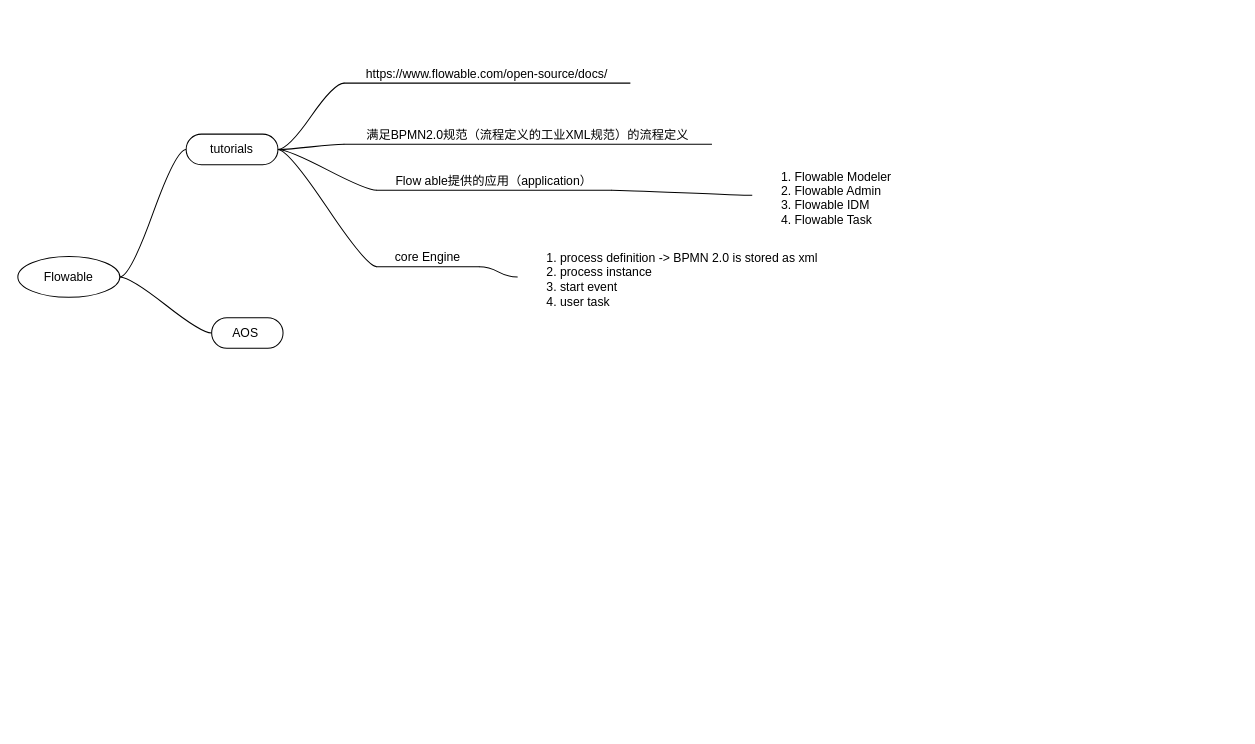
The draw.io diagram Flowable-engine.drawio in XiongZen/springLearn, before the edit. Source tidied: cells renumbered, new cells numbered last; positions are measured from the earlier drawing's top-left corner, leaving out a move shared by most shapes. Both pictures are drawn from the tidied source at 102%, with x=0, y=0 at pixel (17, 52).
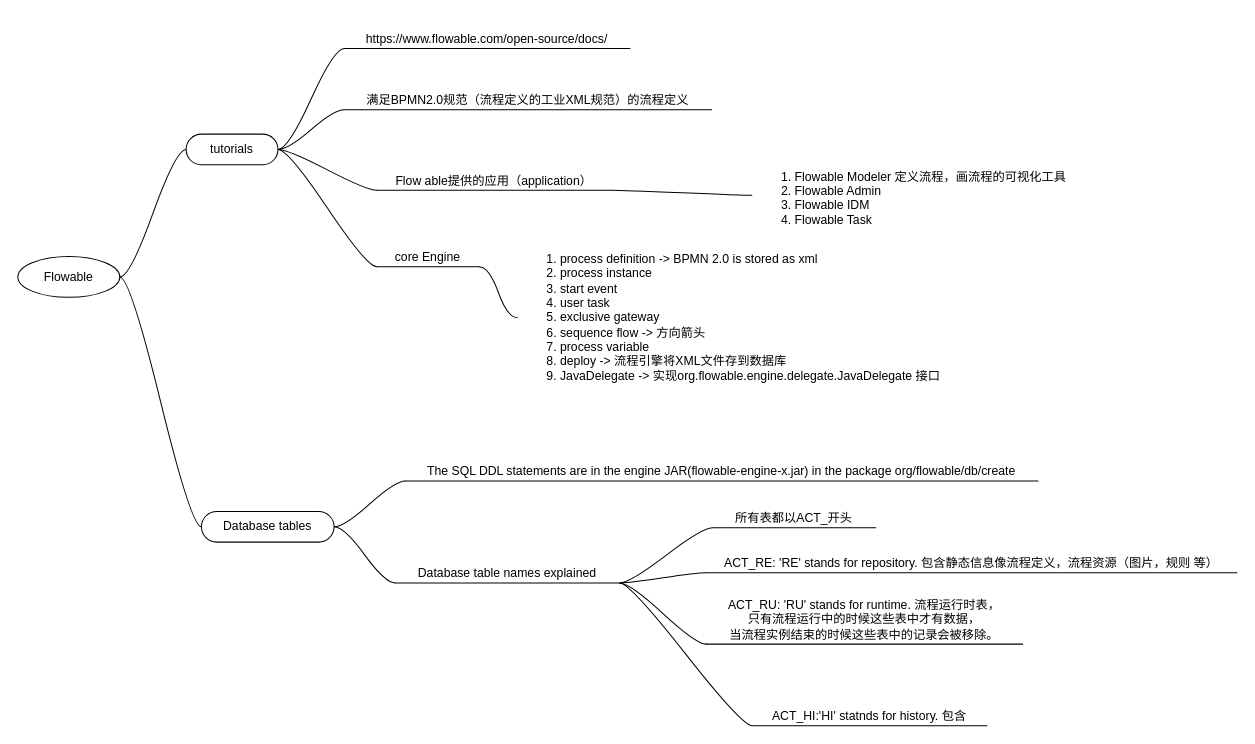
After the change.

Diff of the diagram source:
```diff
@@
     <mxCell id="7" value="https://www.flowable.com/open-source/docs/" style="whiteSpace=wrap;html=1;shape=partialRectangle;top=0;left=0;bottom=1;right=0;points=[[0,1],[1,1]];fillColor=none;align=center;verticalAlign=bottom;routingCenterY=0.5;snapToPoint=1;newEdgeStyle={&quot;edgeStyle&quot;:&quot;entityRelationEdgeStyle&quot;,&quot;startArrow&quot;:&quot;none&quot;,&quot;endArrow&quot;:&quot;none&quot;,&quot;segment&quot;:10,&quot;curved&quot;:1,&quot;sourcePerimeterSpacing&quot;:0,&quot;targetPerimeterSpacing&quot;:0};" parent="1" vertex="1">
-      <mxGeometry x="320" width="280" height="30" as="geometry" />
+      <mxGeometry x="320" y="-34" width="280" height="30" as="geometry" />
     </mxCell>
@@
+    <mxCell id="19" style="edgeStyle=entityRelationEdgeStyle;rounded=0;jettySize=auto;html=1;startArrow=none;endArrow=none;segment=10;curved=1;sourcePerimeterSpacing=0;targetPerimeterSpacing=0;" parent="1" edge="1" source="9" target="21">
+      <mxGeometry relative="1" as="geometry" />
+    </mxCell>
-    <mxCell id="9" value="AOS&amp;nbsp;" style="whiteSpace=wrap;html=1;rounded=1;arcSize=50;align=center;verticalAlign=middle;strokeWidth=1;spacing=4;newEdgeStyle={&quot;edgeStyle&quot;:&quot;entityRelationEdgeStyle&quot;,&quot;startArrow&quot;:&quot;none&quot;,&quot;endArrow&quot;:&quot;none&quot;,&quot;segment&quot;:10,&quot;curved&quot;:1,&quot;sourcePerimeterSpacing&quot;:0,&quot;targetPerimeterSpacing&quot;:0};" parent="1" vertex="1">
-      <mxGeometry x="190" y="260" width="70" height="30" as="geometry" />
+    <mxCell id="9" value="Database tables" style="whiteSpace=wrap;html=1;rounded=1;arcSize=50;align=center;verticalAlign=middle;strokeWidth=1;spacing=4;newEdgeStyle={&quot;edgeStyle&quot;:&quot;entityRelationEdgeStyle&quot;,&quot;startArrow&quot;:&quot;none&quot;,&quot;endArrow&quot;:&quot;none&quot;,&quot;segment&quot;:10,&quot;curved&quot;:1,&quot;sourcePerimeterSpacing&quot;:0,&quot;targetPerimeterSpacing&quot;:0};" parent="1" vertex="1">
+      <mxGeometry x="180" y="450" width="130" height="30" as="geometry" />
     </mxCell>
@@
     <mxCell id="11" value="满足BPMN2.0规范（流程定义的工业XML规范）的流程定义" style="whiteSpace=wrap;html=1;shape=partialRectangle;top=0;left=0;bottom=1;right=0;points=[[0,1],[1,1]];fillColor=none;align=center;verticalAlign=bottom;routingCenterY=0.5;snapToPoint=1;newEdgeStyle={&quot;edgeStyle&quot;:&quot;entityRelationEdgeStyle&quot;,&quot;startArrow&quot;:&quot;none&quot;,&quot;endArrow&quot;:&quot;none&quot;,&quot;segment&quot;:10,&quot;curved&quot;:1,&quot;sourcePerimeterSpacing&quot;:0,&quot;targetPerimeterSpacing&quot;:0};" parent="1" vertex="1">
-      <mxGeometry x="320" y="60" width="360" height="30" as="geometry" />
+      <mxGeometry x="320" y="26" width="360" height="30" as="geometry" />
     </mxCell>
@@
-    <mxCell id="15" value="&lt;ol&gt;&lt;li&gt;Flowable Modeler&lt;/li&gt;&lt;li&gt;Flowable Admin&lt;/li&gt;&lt;li&gt;Flowable IDM&lt;/li&gt;&lt;li&gt;Flowable Task&lt;/li&gt;&lt;/ol&gt;" style="text;strokeColor=none;fillColor=none;html=1;whiteSpace=wrap;verticalAlign=middle;overflow=hidden;" parent="1" vertex="1">
-      <mxGeometry x="720" y="100" width="220" height="80" as="geometry" />
+    <mxCell id="15" value="&lt;ol&gt;&lt;li&gt;Flowable Modeler 定义流程，画流程的可视化工具&lt;/li&gt;&lt;li&gt;Flowable Admin&lt;/li&gt;&lt;li&gt;Flowable IDM&lt;/li&gt;&lt;li&gt;Flowable Task&lt;/li&gt;&lt;/ol&gt;" style="text;strokeColor=none;fillColor=none;html=1;whiteSpace=wrap;verticalAlign=middle;overflow=hidden;" parent="1" vertex="1">
+      <mxGeometry x="720" y="100" width="320" height="80" as="geometry" />
     </mxCell>
@@
-    <mxCell id="18" value="&lt;ol&gt;&lt;li&gt;process definition -&amp;gt; BPMN 2.0 is stored as xml&lt;/li&gt;&lt;li&gt;process instance&lt;/li&gt;&lt;li&gt;start event&lt;/li&gt;&lt;li&gt;user task&lt;/li&gt;&lt;/ol&gt;" style="text;strokeColor=none;fillColor=none;html=1;whiteSpace=wrap;verticalAlign=middle;overflow=hidden;" parent="1" vertex="1">
-      <mxGeometry x="490" y="180" width="308" height="80" as="geometry" />
+    <mxCell id="18" value="&lt;ol&gt;&lt;li&gt;process definition -&amp;gt; BPMN 2.0 is stored as xml&lt;/li&gt;&lt;li&gt;process instance&lt;/li&gt;&lt;li&gt;start event&lt;/li&gt;&lt;li&gt;user task&lt;/li&gt;&lt;li&gt;exclusive gateway&lt;/li&gt;&lt;li&gt;sequence flow -&amp;gt; 方向箭头&lt;/li&gt;&lt;li&gt;process variable&lt;/li&gt;&lt;li&gt;deploy -&amp;gt; 流程引擎将XML文件存到数据库&lt;/li&gt;&lt;li&gt;JavaDelegate -&amp;gt; 实现org.flowable.engine.delegate.JavaDelegate 接口&lt;/li&gt;&lt;/ol&gt;" style="text;strokeColor=none;fillColor=none;html=1;whiteSpace=wrap;verticalAlign=middle;overflow=hidden;" parent="1" vertex="1">
+      <mxGeometry x="490" y="180" width="430" height="160" as="geometry" />
     </mxCell>
+    <mxCell id="20" style="edgeStyle=entityRelationEdgeStyle;rounded=0;jettySize=auto;html=1;startArrow=none;endArrow=none;segment=10;curved=1;sourcePerimeterSpacing=0;targetPerimeterSpacing=0;" parent="1" edge="1" source="9" target="25">
+      <mxGeometry relative="1" as="geometry" />
+    </mxCell>
+    <mxCell id="21" value="The SQL DDL statements are in the engine JAR(flowable-engine-x.jar) in the package org/flowable/db/create" style="whiteSpace=wrap;html=1;shape=partialRectangle;top=0;left=0;bottom=1;right=0;points=[[0,1],[1,1]];fillColor=none;align=center;verticalAlign=bottom;routingCenterY=0.5;snapToPoint=1;newEdgeStyle={&quot;edgeStyle&quot;:&quot;entityRelationEdgeStyle&quot;,&quot;startArrow&quot;:&quot;none&quot;,&quot;endArrow&quot;:&quot;none&quot;,&quot;segment&quot;:10,&quot;curved&quot;:1,&quot;sourcePerimeterSpacing&quot;:0,&quot;targetPerimeterSpacing&quot;:0};" parent="1" vertex="1">
+      <mxGeometry x="380" y="390" width="620" height="30" as="geometry" />
+    </mxCell>
+    <mxCell id="22" style="edgeStyle=entityRelationEdgeStyle;rounded=0;jettySize=auto;html=1;startArrow=none;endArrow=none;segment=10;curved=1;sourcePerimeterSpacing=0;targetPerimeterSpacing=0;" parent="1" edge="1" source="25" target="26">
+      <mxGeometry relative="1" as="geometry" />
+    </mxCell>
+    <mxCell id="23" style="edgeStyle=entityRelationEdgeStyle;rounded=0;jettySize=auto;html=1;startArrow=none;endArrow=none;segment=10;curved=1;sourcePerimeterSpacing=0;targetPerimeterSpacing=0;" parent="1" edge="1" source="25" target="27">
+      <mxGeometry relative="1" as="geometry" />
+    </mxCell>
+    <mxCell id="24" style="edgeStyle=entityRelationEdgeStyle;rounded=0;jettySize=auto;html=1;startArrow=none;endArrow=none;segment=10;curved=1;sourcePerimeterSpacing=0;targetPerimeterSpacing=0;" parent="1" edge="1" source="25" target="29">
+      <mxGeometry relative="1" as="geometry" />
+    </mxCell>
+    <mxCell id="25" value="Database table names explained" style="whiteSpace=wrap;html=1;shape=partialRectangle;top=0;left=0;bottom=1;right=0;points=[[0,1],[1,1]];fillColor=none;align=center;verticalAlign=bottom;routingCenterY=0.5;snapToPoint=1;newEdgeStyle={&quot;edgeStyle&quot;:&quot;entityRelationEdgeStyle&quot;,&quot;startArrow&quot;:&quot;none&quot;,&quot;endArrow&quot;:&quot;none&quot;,&quot;segment&quot;:10,&quot;curved&quot;:1,&quot;sourcePerimeterSpacing&quot;:0,&quot;targetPerimeterSpacing&quot;:0};" parent="1" vertex="1">
+      <mxGeometry x="370" y="490" width="220" height="30" as="geometry" />
+    </mxCell>
+    <mxCell id="26" value="所有表都以ACT_开头" style="whiteSpace=wrap;html=1;shape=partialRectangle;top=0;left=0;bottom=1;right=0;points=[[0,1],[1,1]];fillColor=none;align=center;verticalAlign=bottom;routingCenterY=0.5;snapToPoint=1;newEdgeStyle={&quot;edgeStyle&quot;:&quot;entityRelationEdgeStyle&quot;,&quot;startArrow&quot;:&quot;none&quot;,&quot;endArrow&quot;:&quot;none&quot;,&quot;segment&quot;:10,&quot;curved&quot;:1,&quot;sourcePerimeterSpacing&quot;:0,&quot;targetPerimeterSpacing&quot;:0};" parent="1" vertex="1">
+      <mxGeometry x="681" y="436" width="160" height="30" as="geometry" />
+    </mxCell>
+    <mxCell id="27" value="ACT_RE: 'RE' stands for repository. 包含静态信息像流程定义，流程资源（图片，规则 等）" style="whiteSpace=wrap;html=1;shape=partialRectangle;top=0;left=0;bottom=1;right=0;points=[[0,1],[1,1]];fillColor=none;align=center;verticalAlign=bottom;routingCenterY=0.5;snapToPoint=1;newEdgeStyle={&quot;edgeStyle&quot;:&quot;entityRelationEdgeStyle&quot;,&quot;startArrow&quot;:&quot;none&quot;,&quot;endArrow&quot;:&quot;none&quot;,&quot;segment&quot;:10,&quot;curved&quot;:1,&quot;sourcePerimeterSpacing&quot;:0,&quot;targetPerimeterSpacing&quot;:0};" parent="1" vertex="1">
+      <mxGeometry x="675" y="480" width="520" height="30" as="geometry" />
+    </mxCell>
+    <mxCell id="28" style="edgeStyle=entityRelationEdgeStyle;rounded=0;jettySize=auto;html=1;startArrow=none;endArrow=none;segment=10;curved=1;sourcePerimeterSpacing=0;targetPerimeterSpacing=0;exitX=1;exitY=1;exitDx=0;exitDy=0;" parent="1" edge="1" source="25" target="30">
+      <mxGeometry relative="1" as="geometry">
+        <Array as="points">
+          <mxPoint x="590" y="520" />
+        </Array>
+      </mxGeometry>
+    </mxCell>
+    <mxCell id="29" value="ACT_RU: 'RU' stands for runtime. 流程运行时表，&lt;div&gt;只有流程运行中的时候这些表中才有数据，&lt;div&gt;当流程实例结束的时候这些表中的记录会被移除。&lt;/div&gt;&lt;/div&gt;" style="whiteSpace=wrap;html=1;shape=partialRectangle;top=0;left=0;bottom=1;right=0;points=[[0,1],[1,1]];fillColor=none;align=center;verticalAlign=bottom;routingCenterY=0.5;snapToPoint=1;newEdgeStyle={&quot;edgeStyle&quot;:&quot;entityRelationEdgeStyle&quot;,&quot;startArrow&quot;:&quot;none&quot;,&quot;endArrow&quot;:&quot;none&quot;,&quot;segment&quot;:10,&quot;curved&quot;:1,&quot;sourcePerimeterSpacing&quot;:0,&quot;targetPerimeterSpacing&quot;:0};" parent="1" vertex="1">
+      <mxGeometry x="675" y="520" width="310" height="60" as="geometry" />
+    </mxCell>
+    <mxCell id="30" value="ACT_HI:'HI' statnds for history. 包含" style="whiteSpace=wrap;html=1;shape=partialRectangle;top=0;left=0;bottom=1;right=0;points=[[0,1],[1,1]];fillColor=none;align=center;verticalAlign=bottom;routingCenterY=0.5;snapToPoint=1;newEdgeStyle={&quot;edgeStyle&quot;:&quot;entityRelationEdgeStyle&quot;,&quot;startArrow&quot;:&quot;none&quot;,&quot;endArrow&quot;:&quot;none&quot;,&quot;segment&quot;:10,&quot;curved&quot;:1,&quot;sourcePerimeterSpacing&quot;:0,&quot;targetPerimeterSpacing&quot;:0};" parent="1" vertex="1">
+      <mxGeometry x="720" y="630" width="230" height="30" as="geometry" />
+    </mxCell>
```
